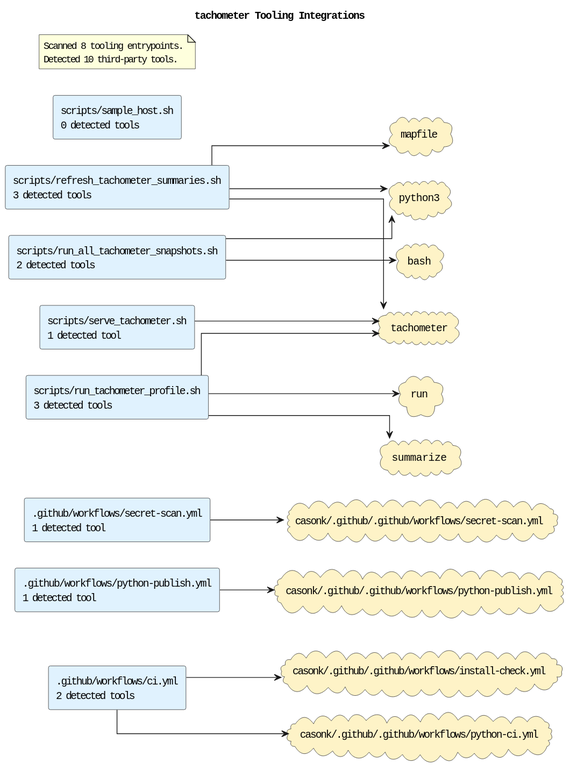
This is docs/diagrams/tooling-integrations.puml.svg from casonk/tachometer, a PlantUML export, as it was before one commit.
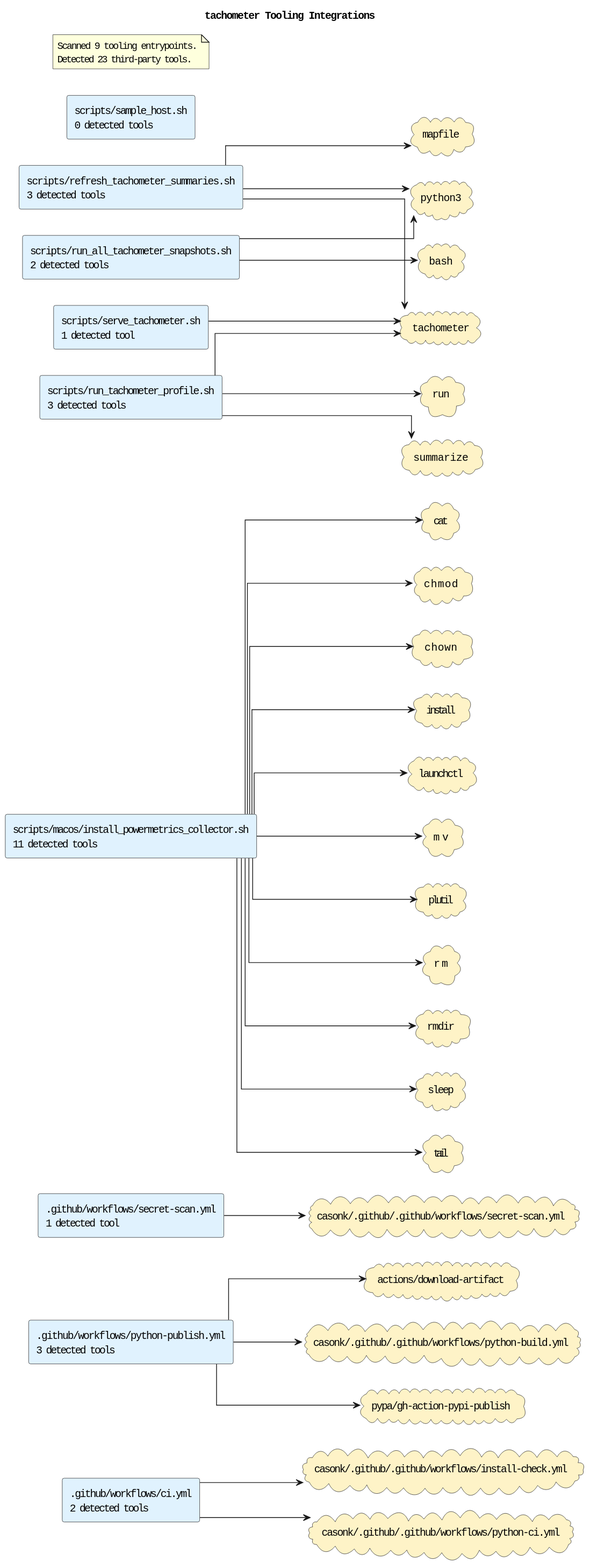
The same diagram one commit later.

The edit, as a diff of the source:
```diff
@@ -6,27 +6,54 @@
 skinparam componentStyle rectangle
 skinparam linetype ortho
 rectangle ".github/workflows/ci.yml\n2 detected tools" as source_github_workflows_ci_yml #E0F2FE
-rectangle ".github/workflows/python-publish.yml\n1 detected tool" as source_github_workflows_python_publish_yml #E0F2FE
+rectangle ".github/workflows/python-publish.yml\n3 detected tools" as source_github_workflows_python_publish_yml #E0F2FE
 rectangle ".github/workflows/secret-scan.yml\n1 detected tool" as source_github_workflows_secret_scan_yml #E0F2FE
+rectangle "scripts/macos/install_powermetrics_collector.sh\n11 detected tools" as source_scripts_macos_install_powermetrics_collector_sh #E0F2FE
 rectangle "scripts/refresh_tachometer_summaries.sh\n3 detected tools" as source_scripts_refresh_tachometer_summaries_sh #E0F2FE
 rectangle "scripts/run_all_tachometer_snapshots.sh\n2 detected tools" as source_scripts_run_all_tachometer_snapshots_sh #E0F2FE
 rectangle "scripts/run_tachometer_profile.sh\n3 detected tools" as source_scripts_run_tachometer_profile_sh #E0F2FE
 rectangle "scripts/sample_host.sh\n0 detected tools" as source_scripts_sample_host_sh #E0F2FE
 rectangle "scripts/serve_tachometer.sh\n1 detected tool" as source_scripts_serve_tachometer_sh #E0F2FE
+cloud "actions/download-artifact" as tool_actions_download_artifact #FEF3C7
 cloud "bash" as tool_bash #FEF3C7
 cloud "casonk/.github/.github/workflows/install-check.yml" as tool_casonk_github_github_workflows_install_check_yml #FEF3C7
+cloud "casonk/.github/.github/workflows/python-build.yml" as tool_casonk_github_github_workflows_python_build_yml #FEF3C7
 cloud "casonk/.github/.github/workflows/python-ci.yml" as tool_casonk_github_github_workflows_python_ci_yml #FEF3C7
-cloud "casonk/.github/.github/workflows/python-publish.yml" as tool_casonk_github_github_workflows_python_publish_yml #FEF3C7
 cloud "casonk/.github/.github/workflows/secret-scan.yml" as tool_casonk_github_github_workflows_secret_scan_yml #FEF3C7
+cloud "cat" as tool_cat #FEF3C7
+cloud "chmod" as tool_chmod #FEF3C7
+cloud "chown" as tool_chown #FEF3C7
+cloud "install" as tool_install #FEF3C7
+cloud "launchctl" as tool_launchctl #FEF3C7
 cloud "mapfile" as tool_mapfile #FEF3C7
+cloud "mv" as tool_mv #FEF3C7
+cloud "plutil" as tool_plutil #FEF3C7
+cloud "pypa/gh-action-pypi-publish" as tool_pypa_gh_action_pypi_publish #FEF3C7
 cloud "python3" as tool_python3 #FEF3C7
+cloud "rm" as tool_rm #FEF3C7
+cloud "rmdir" as tool_rmdir #FEF3C7
 cloud "run" as tool_run #FEF3C7
+cloud "sleep" as tool_sleep #FEF3C7
 cloud "summarize" as tool_summarize #FEF3C7
 cloud "tachometer" as tool_tachometer #FEF3C7
+cloud "tail" as tool_tail #FEF3C7
 source_github_workflows_ci_yml --> tool_casonk_github_github_workflows_install_check_yml
 source_github_workflows_ci_yml --> tool_casonk_github_github_workflows_python_ci_yml
-source_github_workflows_python_publish_yml --> tool_casonk_github_github_workflows_python_publish_yml
+source_github_workflows_python_publish_yml --> tool_actions_download_artifact
+source_github_workflows_python_publish_yml --> tool_casonk_github_github_workflows_python_build_yml
+source_github_workflows_python_publish_yml --> tool_pypa_gh_action_pypi_publish
 source_github_workflows_secret_scan_yml --> tool_casonk_github_github_workflows_secret_scan_yml
+source_scripts_macos_install_powermetrics_collector_sh --> tool_cat
+source_scripts_macos_install_powermetrics_collector_sh --> tool_chmod
+source_scripts_macos_install_powermetrics_collector_sh --> tool_chown
+source_scripts_macos_install_powermetrics_collector_sh --> tool_install
+source_scripts_macos_install_powermetrics_collector_sh --> tool_launchctl
+source_scripts_macos_install_powermetrics_collector_sh --> tool_mv
+source_scripts_macos_install_powermetrics_collector_sh --> tool_plutil
+source_scripts_macos_install_powermetrics_collector_sh --> tool_rm
+source_scripts_macos_install_powermetrics_collector_sh --> tool_rmdir
+source_scripts_macos_install_powermetrics_collector_sh --> tool_sleep
+source_scripts_macos_install_powermetrics_collector_sh --> tool_tail
 source_scripts_refresh_tachometer_summaries_sh --> tool_mapfile
 source_scripts_refresh_tachometer_summaries_sh --> tool_python3
 source_scripts_refresh_tachometer_summaries_sh --> tool_tachometer
@@ -37,7 +64,7 @@
 source_scripts_run_tachometer_profile_sh --> tool_tachometer
 source_scripts_serve_tachometer_sh --> tool_tachometer
 note as toolingGraphSummary
-Scanned 8 tooling entrypoints.
-Detected 10 third-party tools.
+Scanned 9 tooling entrypoints.
+Detected 23 third-party tools.
 end note
 @enduml
```
